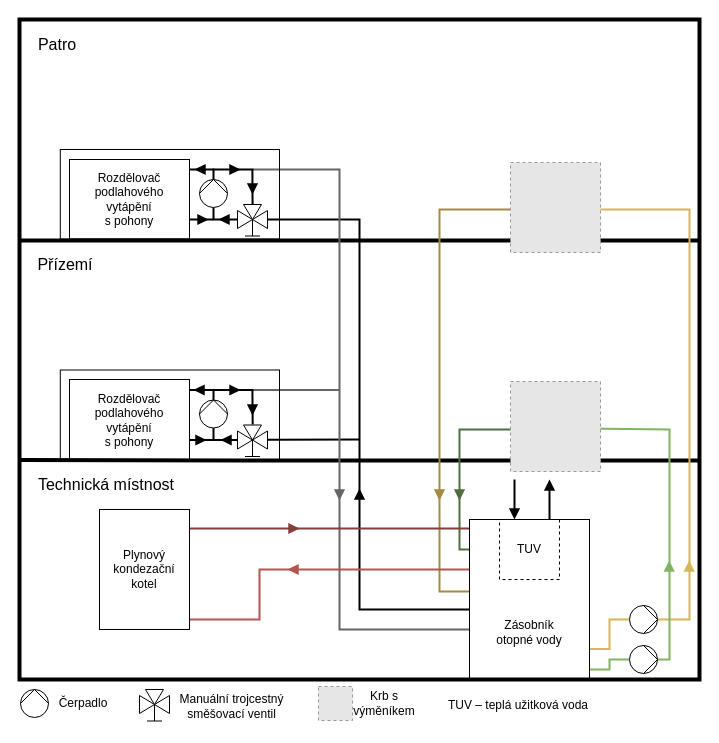
The draw.io diagram images/svg/drawio/otopna-soustava-rez-domu.drawio in RomLab/diploma-thesis, before the edit. Source tidied: cells renumbered, new cells numbered last; positions are measured from the earlier drawing's top-left corner, leaving out a move shared by most shapes. Both pictures are drawn from the tidied source at 100%, with x=0, y=0 at pixel (19, 19). Pictures stored in the file or linked from it are replaced by grey dashed boxes.
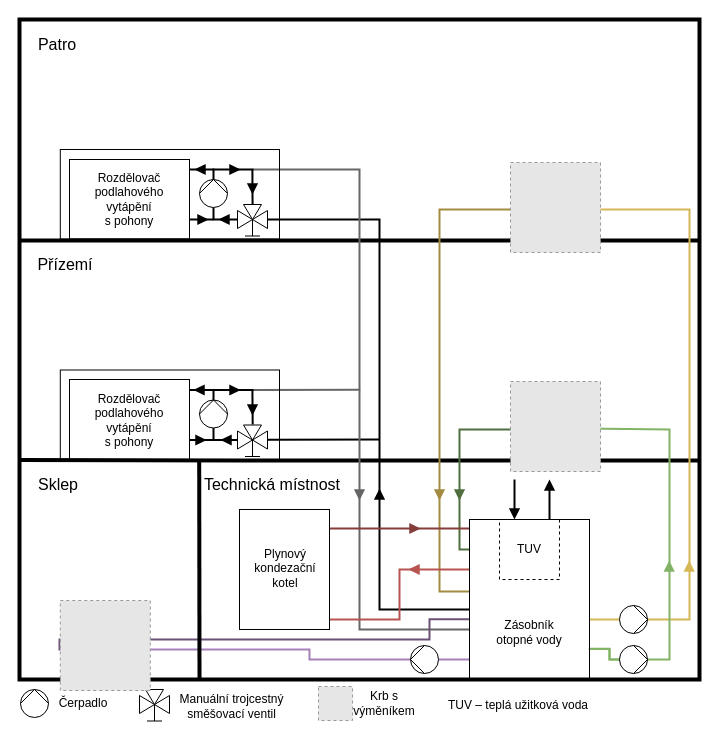
Above is the later version.

Unchanged cells that the change refers to:
```xml
<mxCell id="25" style="verticalLabelPosition=bottom;align=center;html=1;verticalAlign=top;dashed=0;shape=mxgraph.pid2valves.valve;valveType=threeWay;actuator=man;fillColor=none;rotation=-180;" parent="1" vertex="1">
  <mxGeometry x="218" y="185" width="30" height="36" as="geometry" />
</mxCell>
<mxCell id="36" style="verticalLabelPosition=bottom;align=center;html=1;verticalAlign=top;dashed=0;shape=mxgraph.pid2valves.valve;valveType=threeWay;actuator=man;fillColor=none;rotation=-180;" parent="1" vertex="1">
  <mxGeometry x="218" y="405.5" width="30" height="36" as="geometry" />
</mxCell>
<mxCell id="47" style="rounded=0;whiteSpace=wrap;html=1;fillColor=none;" parent="1" vertex="1">
  <mxGeometry x="450" y="500" width="120" height="160" as="geometry" />
</mxCell>
```

What changed in the source:
```diff
@@
+    <mxCell id="77" style="edgeStyle=orthogonalEdgeStyle;rounded=0;jettySize=auto;html=1;exitX=0;exitY=0.5;exitDx=0;exitDy=0;exitPerimeter=0;endArrow=none;endFill=0;strokeColor=#82b366;strokeWidth=2;fillColor=#d5e8d4;entryX=1;entryY=0.808;entryDx=0;entryDy=0;entryPerimeter=0;" parent="1" edge="1" source="23" target="47">
+      <mxGeometry relative="1" as="geometry">
+        <Array as="points">
+          <mxPoint x="590" y="640" />
+          <mxPoint x="590" y="629" />
+        </Array>
+      </mxGeometry>
+    </mxCell>
+    <mxCell id="78" style="edgeStyle=orthogonalEdgeStyle;rounded=0;jettySize=auto;html=1;exitX=0;exitY=0.5;exitDx=0;exitDy=0;exitPerimeter=0;entryX=0.002;entryY=0.88;entryDx=0;entryDy=0;entryPerimeter=0;strokeWidth=2;strokeColor=#A680B8;endArrow=none;endFill=0;" parent="1" edge="1" source="84" target="47">
+      <mxGeometry relative="1" as="geometry" />
+    </mxCell>
+    <mxCell id="4" style="whiteSpace=wrap;html=1;fillColor=none;strokeWidth=4;" parent="1" vertex="1">
+      <mxGeometry width="680" height="660" as="geometry" />
+    </mxCell>
+    <mxCell id="79" style="edgeStyle=orthogonalEdgeStyle;rounded=0;jettySize=auto;html=1;entryX=0.83;entryY=0.666;entryDx=0;entryDy=0;entryPerimeter=0;endArrow=none;endFill=0;strokeColor=#A680B8;strokeWidth=2;" parent="1" edge="1" source="84" target="81">
+      <mxGeometry relative="1" as="geometry">
+        <Array as="points">
+          <mxPoint x="290" y="640" />
+          <mxPoint x="290" y="630" />
+          <mxPoint x="116" y="630" />
+        </Array>
+      </mxGeometry>
+    </mxCell>
-    <mxCell id="2" style="endArrow=none;html=1;strokeColor=#666666;strokeWidth=2;fillColor=#f5f5f5;" parent="1" edge="1">
+    <mxCell id="2" style="endArrow=none;html=1;strokeColor=#666666;strokeWidth=2;fillColor=#f5f5f5;entryX=0.501;entryY=0.561;entryDx=0;entryDy=0;entryPerimeter=0;" parent="1" edge="1" target="4">
       <mxGeometry relative="1" as="geometry">
         <mxPoint x="233" y="370.5" as="sourcePoint" />
-        <mxPoint x="320" y="370.5" as="targetPoint" />
       </mxGeometry>
     </mxCell>
     <mxCell id="3" style="endArrow=none;html=1;strokeColor=#000000;strokeWidth=2;exitX=-0.003;exitY=0.593;exitDx=0;exitDy=0;exitPerimeter=0;" parent="1" edge="1" source="36">
       <mxGeometry relative="1" as="geometry">
-        <mxPoint x="340" y="420" as="targetPoint" />
+        <mxPoint x="360" y="420" as="targetPoint" />
       </mxGeometry>
     </mxCell>
-    <mxCell id="4" style="whiteSpace=wrap;html=1;fillColor=none;strokeWidth=4;" parent="1" vertex="1">
-      <mxGeometry width="680" height="660" as="geometry" />
-    </mxCell>
@@
     <mxCell id="7" style="edgeStyle=orthogonalEdgeStyle;rounded=0;jettySize=auto;html=1;endArrow=none;endFill=0;strokeColor=#000000;strokeWidth=2;exitX=-0.016;exitY=0.586;exitDx=0;exitDy=0;exitPerimeter=0;entryX=0;entryY=0.562;entryDx=0;entryDy=0;entryPerimeter=0;" parent="1" edge="1" source="25" target="47">
       <mxGeometry relative="1" as="geometry">
         <Array as="points">
-          <mxPoint x="340" y="200" />
-          <mxPoint x="340" y="590" />
+          <mxPoint x="360" y="200" />
+          <mxPoint x="360" y="590" />
         </Array>
       </mxGeometry>
     </mxCell>
     <mxCell id="8" style="edgeStyle=orthogonalEdgeStyle;rounded=0;jettySize=auto;html=1;endArrow=none;endFill=0;strokeColor=#666666;strokeWidth=2;exitX=0;exitY=0.687;exitDx=0;exitDy=0;exitPerimeter=0;fillColor=#f5f5f5;" parent="1" edge="1" source="47">
       <mxGeometry relative="1" as="geometry">
         <mxPoint x="233" y="150" as="targetPoint" />
         <Array as="points">
-          <mxPoint x="320" y="610" />
-          <mxPoint x="320" y="150" />
+          <mxPoint x="340" y="610" />
+          <mxPoint x="340" y="150" />
         </Array>
       </mxGeometry>
     </mxCell>
@@
-    <mxCell id="11" style="edgeStyle=orthogonalEdgeStyle;rounded=0;jettySize=auto;html=1;entryX=1.001;entryY=0.736;entryDx=0;entryDy=0;entryPerimeter=0;endArrow=none;endFill=0;strokeWidth=2;exitX=0;exitY=0.5;exitDx=0;exitDy=0;exitPerimeter=0;strokeColor=#D6B656;" parent="1" edge="1" source="31">
-      <mxGeometry relative="1" as="geometry">
-        <mxPoint x="570.1" y="629.6" as="targetPoint" />
-        <Array as="points">
-          <mxPoint x="590" y="600" />
-          <mxPoint x="590" y="630" />
-        </Array>
-      </mxGeometry>
+    <mxCell id="11" style="edgeStyle=orthogonalEdgeStyle;rounded=0;jettySize=auto;html=1;entryX=0.997;entryY=0.625;entryDx=0;entryDy=0;entryPerimeter=0;endArrow=none;endFill=0;strokeWidth=2;exitX=0;exitY=0.5;exitDx=0;exitDy=0;exitPerimeter=0;strokeColor=#D6B656;" parent="1" edge="1" source="31" target="47">
+      <mxGeometry relative="1" as="geometry" />
     </mxCell>
@@
-    <mxCell id="13" style="edgeStyle=orthogonalEdgeStyle;rounded=0;orthogonalLoop=1;jettySize=auto;html=1;endArrow=none;endFill=0;entryX=0;entryY=0.059;entryDx=0;entryDy=0;entryPerimeter=0;exitX=0.996;exitY=0.162;exitDx=0;exitDy=0;exitPerimeter=0;strokeWidth=2;fillColor=#f8cecc;strokeColor=#853D3A;" parent="1" edge="1">
+    <mxCell id="13" style="edgeStyle=orthogonalEdgeStyle;rounded=0;orthogonalLoop=1;jettySize=auto;html=1;endArrow=none;endFill=0;entryX=0;entryY=0.059;entryDx=0;entryDy=0;entryPerimeter=0;strokeWidth=2;fillColor=#f8cecc;strokeColor=#853D3A;" parent="1" edge="1">
       <mxGeometry relative="1" as="geometry">
-        <mxPoint x="169.6" y="509" as="sourcePoint" />
+        <mxPoint x="310" y="509" as="sourcePoint" />
         <mxPoint x="450" y="509" as="targetPoint" />
       </mxGeometry>
     </mxCell>
     <mxCell id="14" style="edgeStyle=orthogonalEdgeStyle;rounded=0;jettySize=auto;html=1;endArrow=none;endFill=0;fillColor=#f8cecc;strokeWidth=2;strokeColor=#B85450;" parent="1" edge="1" source="15">
       <mxGeometry relative="1" as="geometry">
         <mxPoint x="450" y="550" as="targetPoint" />
         <Array as="points">
-          <mxPoint x="240" y="600" />
-          <mxPoint x="240" y="550" />
+          <mxPoint x="380" y="600" />
+          <mxPoint x="380" y="550" />
         </Array>
       </mxGeometry>
     </mxCell>
     <mxCell id="15" style="rounded=0;whiteSpace=wrap;html=1;fillColor=none;" parent="1" vertex="1">
-      <mxGeometry x="80" y="490" width="90" height="120" as="geometry" />
+      <mxGeometry x="220" y="490" width="90" height="120" as="geometry" />
     </mxCell>
@@
-    <mxCell id="21" style="edgeStyle=orthogonalEdgeStyle;rounded=0;jettySize=auto;html=1;exitX=0;exitY=0.5;exitDx=0;exitDy=0;exitPerimeter=0;endArrow=none;endFill=0;strokeColor=#82b366;strokeWidth=2;fillColor=#d5e8d4;" parent="1" edge="1" source="23">
+    <mxCell id="21" style="edgeStyle=orthogonalEdgeStyle;rounded=0;jettySize=auto;html=1;exitX=0;exitY=0.5;exitDx=0;exitDy=0;exitPerimeter=0;endArrow=none;endFill=0;strokeColor=#82b366;strokeWidth=2;fillColor=#d5e8d4;entryX=0.994;entryY=0.809;entryDx=0;entryDy=0;entryPerimeter=0;" parent="1" edge="1" source="23" target="47">
       <mxGeometry relative="1" as="geometry">
-        <mxPoint x="580" y="650" as="targetPoint" />
         <Array as="points">
           <mxPoint x="590" y="640" />
-          <mxPoint x="590" y="650" />
-          <mxPoint x="570" y="650" />
+          <mxPoint x="590" y="629" />
         </Array>
       </mxGeometry>
     </mxCell>
@@
     <mxCell id="23" style="shape=mxgraph.pid.pumps_-_iso.pump_(liquid);html=1;align=center;verticalLabelPosition=bottom;verticalAlign=top;dashed=0;fillColor=none;" parent="1" vertex="1">
-      <mxGeometry x="610" y="626" width="28" height="28" as="geometry" />
+      <mxGeometry x="600" y="626" width="28" height="28" as="geometry" />
     </mxCell>
@@
     <mxCell id="31" style="shape=mxgraph.pid.pumps_-_iso.pump_(liquid);html=1;align=center;verticalLabelPosition=bottom;verticalAlign=top;dashed=0;fillColor=none;" parent="1" vertex="1">
-      <mxGeometry x="610" y="586" width="28" height="28" as="geometry" />
+      <mxGeometry x="600" y="586" width="28" height="28" as="geometry" />
     </mxCell>
@@
     <mxCell id="40" value="Plynový kondezační kotel" style="text;html=1;strokeColor=none;fillColor=none;align=center;verticalAlign=middle;whiteSpace=wrap;rounded=0;dashed=1;" parent="1" vertex="1">
-      <mxGeometry x="90" y="525" width="70" height="50" as="geometry" />
+      <mxGeometry x="231.2" y="524" width="70" height="50" as="geometry" />
     </mxCell>
@@
     <mxCell id="44" value="Technická místnost" style="text;html=1;strokeColor=none;fillColor=none;align=center;verticalAlign=middle;whiteSpace=wrap;rounded=0;dashed=1;fontSize=16;" parent="1" vertex="1">
-      <mxGeometry x="17" y="455" width="140" height="20" as="geometry" />
+      <mxGeometry x="183" y="455" width="140" height="20" as="geometry" />
     </mxCell>
@@
+    <mxCell id="80" style="edgeStyle=orthogonalEdgeStyle;rounded=0;jettySize=auto;html=1;exitX=-0.005;exitY=0.623;exitDx=0;exitDy=0;entryX=0.18;entryY=0.511;entryDx=0;entryDy=0;entryPerimeter=0;endArrow=none;endFill=0;strokeWidth=2;exitPerimeter=0;strokeColor=#6A5175;" parent="1" edge="1" source="47" target="81">
+      <mxGeometry relative="1" as="geometry">
+        <Array as="points">
+          <mxPoint x="410" y="600" />
+          <mxPoint x="410" y="620" />
+          <mxPoint x="40" y="620" />
+          <mxPoint x="40" y="630" />
+          <mxPoint x="57" y="630" />
+        </Array>
+      </mxGeometry>
+    </mxCell>
@@
     <mxCell id="56" style="endArrow=block;html=1;strokeWidth=2;endFill=1;strokeColor=#853D3A;startSize=5;jumpSize=6;" parent="1" edge="1">
       <mxGeometry relative="1" as="geometry">
-        <mxPoint x="270" y="509" as="sourcePoint" />
-        <mxPoint x="280" y="509" as="targetPoint" />
+        <mxPoint x="391" y="509" as="sourcePoint" />
+        <mxPoint x="401" y="509" as="targetPoint" />
       </mxGeometry>
     </mxCell>
     <mxCell id="57" style="endArrow=block;html=1;strokeWidth=2;endFill=1;startSize=5;jumpSize=6;strokeColor=#B85450;" parent="1" edge="1">
       <mxGeometry relative="1" as="geometry">
-        <mxPoint x="278" y="550" as="sourcePoint" />
-        <mxPoint x="268" y="550" as="targetPoint" />
+        <mxPoint x="399" y="550" as="sourcePoint" />
+        <mxPoint x="389" y="550" as="targetPoint" />
       </mxGeometry>
     </mxCell>
@@
     <mxCell id="62" style="endArrow=block;html=1;strokeWidth=2;endFill=1;startSize=5;jumpSize=6;entryX=0.926;entryY=0.818;entryDx=0;entryDy=0;entryPerimeter=0;" parent="1" edge="1">
       <mxGeometry relative="1" as="geometry">
-        <mxPoint x="340" y="478" as="sourcePoint" />
-        <mxPoint x="340" y="468.9" as="targetPoint" />
+        <mxPoint x="360" y="478" as="sourcePoint" />
+        <mxPoint x="360" y="468.9" as="targetPoint" />
       </mxGeometry>
     </mxCell>
     <mxCell id="63" style="endArrow=block;html=1;strokeWidth=2;endFill=1;startSize=5;jumpSize=6;entryX=0.926;entryY=0.818;entryDx=0;entryDy=0;entryPerimeter=0;fillColor=#f5f5f5;strokeColor=#666666;" parent="1" edge="1">
       <mxGeometry relative="1" as="geometry">
-        <mxPoint x="320" y="471.9" as="sourcePoint" />
-        <mxPoint x="320" y="481" as="targetPoint" />
+        <mxPoint x="340" y="471.9" as="sourcePoint" />
+        <mxPoint x="340" y="481" as="targetPoint" />
       </mxGeometry>
     </mxCell>
@@
+    <mxCell id="81" style="fillColor=#E6E6E6;strokeColor=#999999;dashed=1;html=1;verticalAlign=top;verticalLabelPosition=bottom;labelBackgroundColor=#ffffff;" parent="1" vertex="1">
+      <mxGeometry x="40.8" y="581" width="90" height="90" as="geometry" />
+    </mxCell>
+    <mxCell id="82" style="endArrow=none;html=1;entryX=0.588;entryY=1.006;entryDx=0;entryDy=0;entryPerimeter=0;exitX=0.25;exitY=1;exitDx=0;exitDy=0;strokeWidth=4;" parent="1" edge="1">
+      <mxGeometry relative="1" as="geometry">
+        <mxPoint x="180" y="660" as="sourcePoint" />
+        <mxPoint x="179.7" y="440.7" as="targetPoint" />
+      </mxGeometry>
+    </mxCell>
+    <mxCell id="83" value="Sklep" style="text;html=1;strokeColor=none;fillColor=none;align=center;verticalAlign=middle;whiteSpace=wrap;rounded=0;dashed=1;fontSize=16;" parent="1" vertex="1">
+      <mxGeometry x="-1" y="455" width="80" height="20" as="geometry" />
+    </mxCell>
+    <mxCell id="84" style="shape=mxgraph.pid.pumps_-_iso.pump_(liquid);html=1;align=center;verticalLabelPosition=bottom;verticalAlign=top;dashed=0;fillColor=none;rotation=-180;" parent="1" vertex="1">
+      <mxGeometry x="391" y="626" width="28" height="28" as="geometry" />
+    </mxCell>
```
